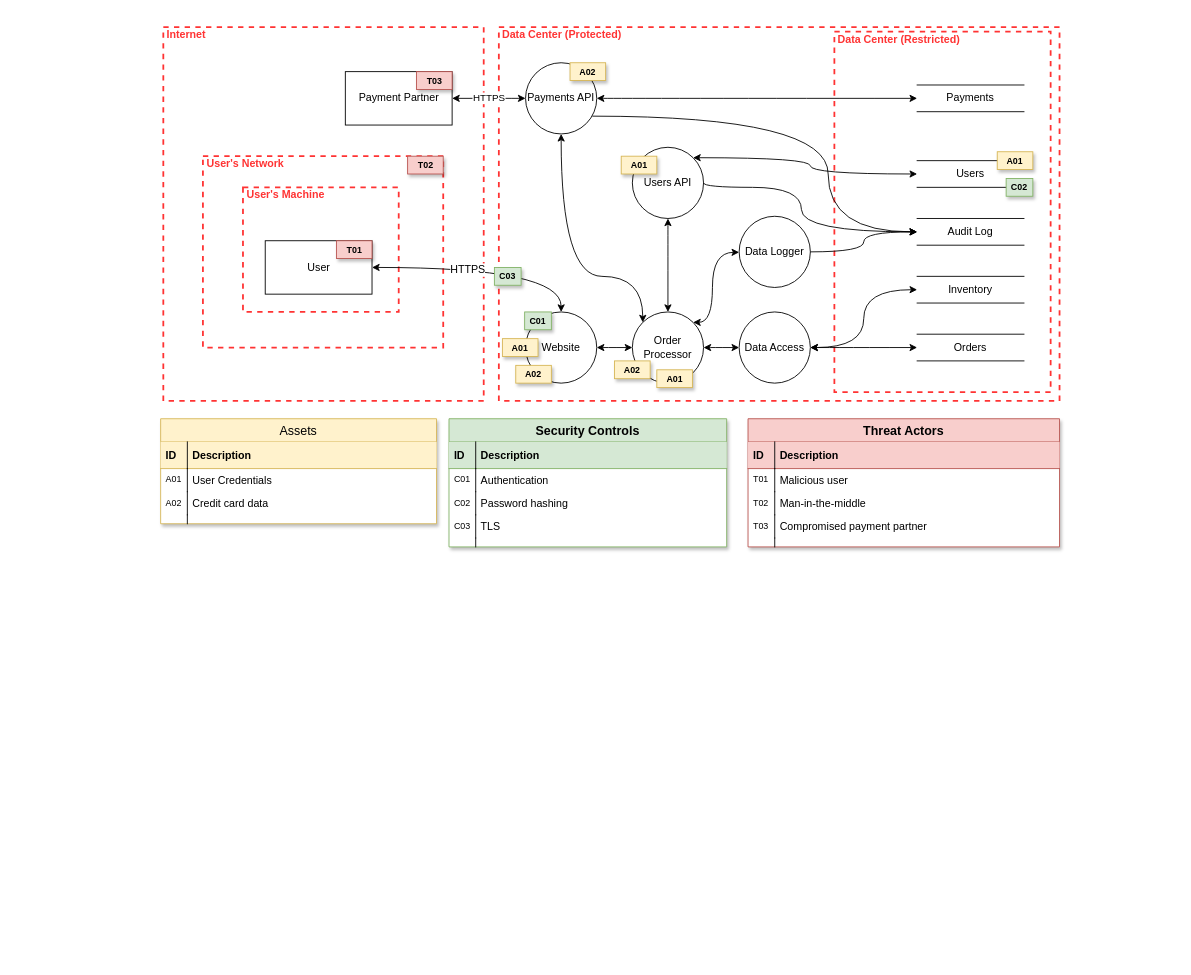
00Himanshu/System-Security-and-Risk-Analysis keeps this draw.io diagram as page "DFD" (2 of 4) of duk_website.drawio. Above is the earlier version. Source tidied: cells renumbered, new cells numbered last; positions are measured from the earlier drawing's top-left corner, leaving out a move shared by most shapes. Both pictures are drawn from the tidied source at 89%, with x=0, y=0 at pixel (160, 27).
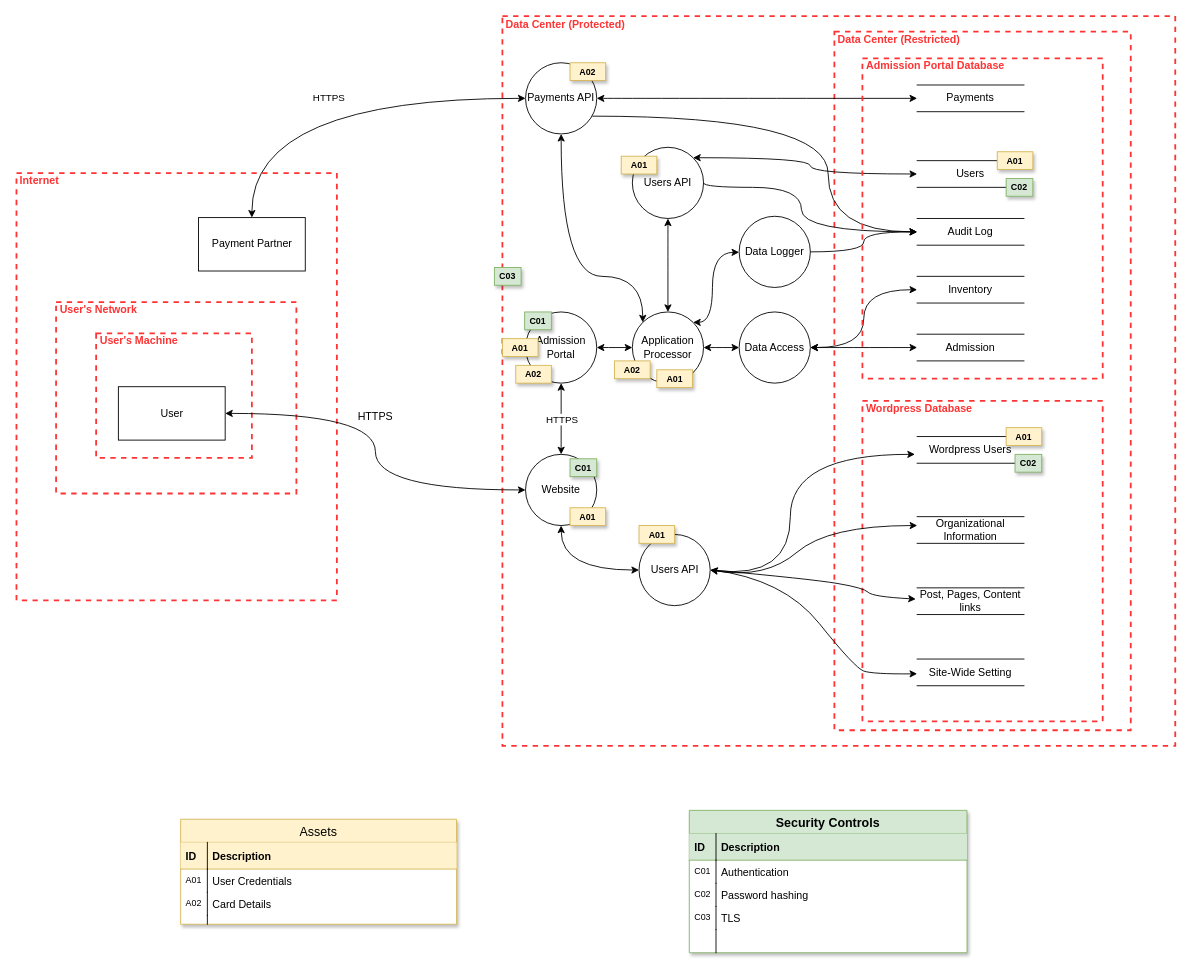
Above is the later version.

Diff of the diagram source:
```diff
@@
+    <mxCell id="6" value="Data Center (Protected)" style="html=1;fontColor=#FF3333;fontStyle=1;align=left;verticalAlign=top;spacing=0;labelBorderColor=none;fillColor=none;dashed=1;strokeWidth=2;strokeColor=#FF3333;spacingLeft=4;spacingTop=-3;" parent="1" vertex="1">
+      <mxGeometry x="384" y="-12.5" width="756" height="820" as="geometry" />
+    </mxCell>
     <mxCell id="2" value="User's Machine" style="html=1;fontColor=#FF3333;fontStyle=1;align=left;verticalAlign=top;spacing=0;labelBorderColor=none;fillColor=none;dashed=1;strokeWidth=2;strokeColor=#FF3333;spacingLeft=4;spacingTop=-3;" parent="1" vertex="1">
-      <mxGeometry x="92.5" y="180" width="175" height="140" as="geometry" />
+      <mxGeometry x="-72.5" y="344" width="175" height="140" as="geometry" />
     </mxCell>
     <mxCell id="3" value="User's Network" style="html=1;fontColor=#FF3333;fontStyle=1;align=left;verticalAlign=top;spacing=0;labelBorderColor=none;fillColor=none;dashed=1;strokeWidth=2;strokeColor=#FF3333;spacingLeft=4;spacingTop=-3;" parent="1" vertex="1">
-      <mxGeometry x="47.5" y="145" width="270" height="215" as="geometry" />
+      <mxGeometry x="-117.5" y="309" width="270" height="215" as="geometry" />
     </mxCell>
     <mxCell id="4" value="Internet" style="html=1;fontColor=#FF3333;fontStyle=1;align=left;verticalAlign=top;spacing=0;labelBorderColor=none;fillColor=none;dashed=1;strokeWidth=2;strokeColor=#FF3333;spacingLeft=4;spacingTop=-3;" parent="1" vertex="1">
-      <mxGeometry x="3" width="360" height="420" as="geometry" />
+      <mxGeometry x="-162" y="164" width="360" height="480" as="geometry" />
     </mxCell>
     <mxCell id="5" value="User" style="rounded=0;whiteSpace=wrap;html=1;" parent="1" vertex="1">
-      <mxGeometry x="117.5" y="240" width="120" height="60" as="geometry" />
+      <mxGeometry x="-47.5" y="404" width="120" height="60" as="geometry" />
     </mxCell>
-    <mxCell id="6" value="Data Center (Protected)" style="html=1;fontColor=#FF3333;fontStyle=1;align=left;verticalAlign=top;spacing=0;labelBorderColor=none;fillColor=none;dashed=1;strokeWidth=2;strokeColor=#FF3333;spacingLeft=4;spacingTop=-3;" parent="1" vertex="1">
-      <mxGeometry x="380" width="630" height="420" as="geometry" />
-    </mxCell>
-    <mxCell id="7" value="Website" style="ellipse;whiteSpace=wrap;html=1;" parent="1" vertex="1">
+    <mxCell id="7" value="Admission Portal" style="ellipse;whiteSpace=wrap;html=1;" parent="1" vertex="1">
       <mxGeometry x="410" y="320" width="80" height="80" as="geometry" />
     </mxCell>
-    <mxCell id="8" value="Order Processor" style="ellipse;whiteSpace=wrap;html=1;" parent="1" vertex="1">
+    <mxCell id="8" value="Application&lt;br&gt;Processor" style="ellipse;whiteSpace=wrap;html=1;" parent="1" vertex="1">
       <mxGeometry x="530" y="320" width="80" height="80" as="geometry" />
     </mxCell>
@@
     <mxCell id="11" value="Data Center (Restricted)" style="html=1;fontColor=#FF3333;fontStyle=1;align=left;verticalAlign=top;spacing=0;labelBorderColor=none;fillColor=none;dashed=1;strokeWidth=2;strokeColor=#FF3333;spacingLeft=4;spacingTop=-3;" parent="1" vertex="1">
-      <mxGeometry x="757" y="5" width="243" height="405" as="geometry" />
+      <mxGeometry x="757" y="5" width="333" height="785" as="geometry" />
     </mxCell>
-    <mxCell id="12" value="Orders" style="shape=partialRectangle;whiteSpace=wrap;html=1;left=0;right=0;fillColor=none;" parent="1" vertex="1">
+    <mxCell id="12" value="Admission" style="shape=partialRectangle;whiteSpace=wrap;html=1;left=0;right=0;fillColor=none;" parent="1" vertex="1">
       <mxGeometry x="850" y="345" width="120" height="30" as="geometry" />
     </mxCell>
@@
     <mxCell id="16" value="Payment Partner" style="rounded=0;whiteSpace=wrap;html=1;" parent="1" vertex="1">
-      <mxGeometry x="207.5" y="50" width="120" height="60" as="geometry" />
+      <mxGeometry x="42.5" y="214" width="120" height="60" as="geometry" />
     </mxCell>
@@
-    <mxCell id="18" style="endArrow=classic;startArrow=classic;html=1;fontColor=#FF3333;edgeStyle=orthogonalEdgeStyle;elbow=vertical;curved=1;" parent="1" edge="1" source="5" target="7">
+    <mxCell id="18" style="endArrow=classic;startArrow=classic;html=1;fontColor=#FF3333;edgeStyle=orthogonalEdgeStyle;elbow=vertical;curved=1;entryX=0;entryY=0.5;entryDx=0;entryDy=0;" parent="1" edge="1" source="5" target="79">
       <mxGeometry relative="1" as="geometry" />
     </mxCell>
@@
     <mxCell id="35" value="Assets" style="swimlane;fontStyle=0;horizontal=1;startSize=26;fillColor=#fff2cc;swimlaneFillColor=#ffffff;align=center;fontSize=14;shadow=1;strokeColor=#d6b656;" parent="1" vertex="1">
-      <mxGeometry y="440" width="310" height="118" as="geometry" />
+      <mxGeometry x="22.5" y="890" width="310" height="118" as="geometry" />
     </mxCell>
@@
-    <mxCell id="40" value="Credit card data" style="shape=partialRectangle;top=0;left=0;right=0;bottom=0;align=left;verticalAlign=top;fillColor=none;spacingLeft=34;spacingRight=4;overflow=hidden;fontSize=12;" parent="35" vertex="1">
+    <mxCell id="40" value="Card Details" style="shape=partialRectangle;top=0;left=0;right=0;bottom=0;align=left;verticalAlign=top;fillColor=none;spacingLeft=34;spacingRight=4;overflow=hidden;fontSize=12;" parent="35" vertex="1">
       <mxGeometry y="82" width="310" height="26" as="geometry" />
     </mxCell>
@@
     <mxCell id="44" value="Security Controls" style="swimlane;fontStyle=1;horizontal=1;startSize=26;fillColor=#d5e8d4;swimlaneFillColor=#ffffff;align=center;fontSize=14;shadow=1;strokeColor=#82b366;" parent="1" vertex="1">
-      <mxGeometry x="324" y="440" width="312" height="144" as="geometry" />
+      <mxGeometry x="594" y="880" width="312" height="160" as="geometry" />
     </mxCell>
@@
     <mxCell id="53" style="shape=partialRectangle;top=0;left=0;right=0;bottom=0;align=left;verticalAlign=top;fillColor=none;spacingLeft=34;spacingRight=4;overflow=hidden;fontSize=12;" parent="44" vertex="1">
-      <mxGeometry y="134" width="312" height="10" as="geometry" />
+      <mxGeometry y="134" width="312" height="26" as="geometry" />
     </mxCell>
     <mxCell id="54" style="shape=partialRectangle;top=0;left=0;bottom=0;fillColor=none;align=left;verticalAlign=top;spacingLeft=4;spacingRight=4;overflow=hidden;fontSize=12;" parent="53" vertex="1">
-      <mxGeometry width="30" height="10" as="geometry" />
+      <mxGeometry width="30" height="26" as="geometry" />
     </mxCell>
-    <mxCell id="55" value="Threat Actors" style="swimlane;fontStyle=1;horizontal=1;startSize=26;fillColor=#f8cecc;swimlaneFillColor=#ffffff;align=center;fontSize=14;shadow=1;strokeColor=#b85450;" parent="1" vertex="1">
-      <mxGeometry x="660" y="440" width="350" height="144" as="geometry" />
-    </mxCell>
-    <mxCell id="56" value="Description" style="shape=partialRectangle;top=0;left=0;right=0;bottom=1;align=left;verticalAlign=middle;fillColor=#f8cecc;spacingLeft=34;spacingRight=4;overflow=hidden;fontStyle=1;fontSize=12;strokeColor=#b85450;" parent="55" vertex="1">
-      <mxGeometry y="26" width="350" height="30" as="geometry" />
-    </mxCell>
-    <mxCell id="57" value="ID" style="shape=partialRectangle;top=0;left=0;bottom=0;fillColor=none;align=left;verticalAlign=middle;spacingLeft=4;spacingRight=4;overflow=hidden;fontSize=12;fontStyle=1;" parent="56" vertex="1">
-      <mxGeometry width="30" height="30" as="geometry" />
-    </mxCell>
-    <mxCell id="58" value="Malicious user" style="shape=partialRectangle;top=0;left=0;right=0;bottom=0;align=left;verticalAlign=top;fillColor=none;spacingLeft=34;spacingRight=4;overflow=hidden;fontSize=12;" parent="55" vertex="1">
-      <mxGeometry y="56" width="350" height="26" as="geometry" />
-    </mxCell>
-    <mxCell id="59" value="T01" style="shape=partialRectangle;top=0;left=0;bottom=0;fillColor=none;align=left;verticalAlign=top;spacingLeft=4;spacingRight=4;overflow=hidden;fontSize=10;" parent="58" vertex="1">
-      <mxGeometry width="30" height="26" as="geometry" />
-    </mxCell>
-    <mxCell id="60" value="Man-in-the-middle" style="shape=partialRectangle;top=0;left=0;right=0;bottom=0;align=left;verticalAlign=top;fillColor=none;spacingLeft=34;spacingRight=4;overflow=hidden;fontSize=12;" parent="55" vertex="1">
-      <mxGeometry y="82" width="350" height="26" as="geometry" />
-    </mxCell>
-    <mxCell id="61" value="T02" style="shape=partialRectangle;top=0;left=0;bottom=0;fillColor=none;align=left;verticalAlign=top;spacingLeft=4;spacingRight=4;overflow=hidden;fontSize=10;" parent="60" vertex="1">
-      <mxGeometry width="30" height="26" as="geometry" />
-    </mxCell>
-    <mxCell id="62" value="Compromised payment partner" style="shape=partialRectangle;top=0;left=0;right=0;bottom=0;align=left;verticalAlign=top;fillColor=none;spacingLeft=34;spacingRight=4;overflow=hidden;fontSize=12;" parent="55" vertex="1">
-      <mxGeometry y="108" width="350" height="26" as="geometry" />
-    </mxCell>
-    <mxCell id="63" value="T03" style="shape=partialRectangle;top=0;left=0;bottom=0;fillColor=none;align=left;verticalAlign=top;spacingLeft=4;spacingRight=4;overflow=hidden;fontSize=10;" parent="62" vertex="1">
-      <mxGeometry width="30" height="26" as="geometry" />
-    </mxCell>
-    <mxCell id="64" style="shape=partialRectangle;top=0;left=0;right=0;bottom=0;align=left;verticalAlign=top;fillColor=none;spacingLeft=34;spacingRight=4;overflow=hidden;fontSize=12;" parent="55" vertex="1">
-      <mxGeometry y="134" width="350" height="10" as="geometry" />
-    </mxCell>
-    <mxCell id="65" style="shape=partialRectangle;top=0;left=0;bottom=0;fillColor=none;align=left;verticalAlign=top;spacingLeft=4;spacingRight=4;overflow=hidden;fontSize=12;" parent="64" vertex="1">
-      <mxGeometry width="30" height="10" as="geometry" />
-    </mxCell>
-    <mxCell id="66" value="&lt;b&gt;T03&lt;/b&gt;" style="text;html=1;strokeColor=#b85450;fillColor=#f8cecc;align=center;verticalAlign=middle;whiteSpace=wrap;overflow=hidden;shadow=1;fontSize=10;" parent="1" vertex="1">
-      <mxGeometry x="287.5" y="50" width="40" height="20" as="geometry" />
-    </mxCell>
-    <mxCell id="67" value="&lt;b&gt;T02&lt;/b&gt;" style="text;html=1;strokeColor=#b85450;fillColor=#f8cecc;align=center;verticalAlign=middle;whiteSpace=wrap;overflow=hidden;shadow=1;fontSize=10;" parent="1" vertex="1">
-      <mxGeometry x="277.5" y="145" width="40" height="20" as="geometry" />
-    </mxCell>
-    <mxCell id="68" value="&lt;b&gt;T01&lt;/b&gt;" style="text;html=1;strokeColor=#b85450;fillColor=#f8cecc;align=center;verticalAlign=middle;whiteSpace=wrap;overflow=hidden;shadow=1;fontSize=10;" parent="1" vertex="1">
-      <mxGeometry x="197.5" y="240" width="40" height="20" as="geometry" />
-    </mxCell>
@@
+    <mxCell id="79" value="Website" style="ellipse;whiteSpace=wrap;html=1;" parent="1" vertex="1">
+      <mxGeometry x="410" y="480" width="80" height="80" as="geometry" />
+    </mxCell>
+    <mxCell id="80" style="endArrow=classic;startArrow=classic;html=1;rounded=0;entryX=0.5;entryY=1;entryDx=0;entryDy=0;" parent="1" edge="1" source="79" target="7">
+      <mxGeometry relative="1" as="geometry" />
+    </mxCell>
+    <mxCell id="81" value="HTTPS" style="edgeLabel;html=1;align=center;verticalAlign=middle;" parent="80" vertex="1">
+      <mxGeometry x="0.25" y="-1" relative="1" as="geometry">
+        <mxPoint x="-1" y="10" as="offset" />
+      </mxGeometry>
+    </mxCell>
+    <mxCell id="82" value="Wordpress Users" style="shape=partialRectangle;whiteSpace=wrap;html=1;left=0;right=0;fillColor=none;" parent="1" vertex="1">
+      <mxGeometry x="850" y="460" width="120" height="30" as="geometry" />
+    </mxCell>
+    <mxCell id="83" value="Organizational Information" style="shape=partialRectangle;whiteSpace=wrap;html=1;left=0;right=0;fillColor=none;" parent="1" vertex="1">
+      <mxGeometry x="850" y="550" width="120" height="30" as="geometry" />
+    </mxCell>
+    <mxCell id="84" value="Post, Pages, Content links" style="shape=partialRectangle;whiteSpace=wrap;html=1;left=0;right=0;fillColor=none;" parent="1" vertex="1">
+      <mxGeometry x="850" y="630" width="120" height="30" as="geometry" />
+    </mxCell>
+    <mxCell id="85" value="Site-Wide Setting" style="shape=partialRectangle;whiteSpace=wrap;html=1;left=0;right=0;fillColor=none;" parent="1" vertex="1">
+      <mxGeometry x="850" y="710" width="120" height="30" as="geometry" />
+    </mxCell>
+    <mxCell id="86" value="Admission Portal Database" style="html=1;fontColor=#FF3333;fontStyle=1;align=left;verticalAlign=top;spacing=0;labelBorderColor=none;fillColor=none;dashed=1;strokeWidth=2;strokeColor=#FF3333;spacingLeft=4;spacingTop=-3;" parent="1" vertex="1">
+      <mxGeometry x="788.5" y="35" width="270" height="360" as="geometry" />
+    </mxCell>
+    <mxCell id="87" value="Wordpress Database" style="html=1;fontColor=#FF3333;fontStyle=1;align=left;verticalAlign=top;spacing=0;labelBorderColor=none;fillColor=none;dashed=1;strokeWidth=2;strokeColor=#FF3333;spacingLeft=4;spacingTop=-3;" parent="1" vertex="1">
+      <mxGeometry x="788.5" y="420" width="270" height="360" as="geometry" />
+    </mxCell>
+    <mxCell id="88" value="&lt;b&gt;A01&lt;/b&gt;" style="text;html=1;strokeColor=#d6b656;fillColor=#fff2cc;align=center;verticalAlign=middle;whiteSpace=wrap;overflow=hidden;shadow=1;fontSize=10;" parent="1" vertex="1">
+      <mxGeometry x="950" y="450" width="40" height="20" as="geometry" />
+    </mxCell>
+    <mxCell id="89" value="&lt;b&gt;C02&lt;/b&gt;" style="text;html=1;strokeColor=#82b366;fillColor=#d5e8d4;align=center;verticalAlign=middle;whiteSpace=wrap;overflow=hidden;shadow=1;fontSize=10;" parent="1" vertex="1">
+      <mxGeometry x="960" y="480" width="30" height="20" as="geometry" />
+    </mxCell>
+    <mxCell id="90" value="Users API" style="ellipse;whiteSpace=wrap;html=1;" parent="1" vertex="1">
+      <mxGeometry x="537.5" y="570" width="80" height="80" as="geometry" />
+    </mxCell>
+    <mxCell id="91" style="endArrow=classic;startArrow=classic;html=1;rounded=0;edgeStyle=orthogonalEdgeStyle;curved=1;exitX=0;exitY=0.5;exitDx=0;exitDy=0;" parent="1" edge="1" source="90" target="79">
+      <mxGeometry relative="1" as="geometry" />
+    </mxCell>
+    <mxCell id="92" style="endArrow=classic;startArrow=classic;html=1;rounded=0;curved=1;" parent="1" edge="1">
+      <mxGeometry relative="1" as="geometry">
+        <mxPoint x="617.5" y="610" as="sourcePoint" />
+        <mxPoint x="847.5" y="480" as="targetPoint" />
+        <Array as="points">
+          <mxPoint x="707.5" y="620" />
+          <mxPoint x="707.5" y="480" />
+        </Array>
+      </mxGeometry>
+    </mxCell>
+    <mxCell id="93" style="endArrow=classic;startArrow=classic;html=1;rounded=0;curved=1;entryX=0.228;entryY=0.389;entryDx=0;entryDy=0;entryPerimeter=0;" parent="1" edge="1">
+      <mxGeometry relative="1" as="geometry">
+        <mxPoint x="617.5" y="610" as="sourcePoint" />
+        <mxPoint x="850.1" y="560" as="targetPoint" />
+        <Array as="points">
+          <mxPoint x="680" y="620" />
+          <mxPoint x="750" y="560" />
+        </Array>
+      </mxGeometry>
+    </mxCell>
+    <mxCell id="94" style="curved=1;endArrow=classic;html=1;rounded=0;" parent="1" edge="1">
+      <mxGeometry relative="1" as="geometry">
+        <mxPoint x="620" y="610" as="sourcePoint" />
+        <mxPoint x="848.5" y="642.6" as="targetPoint" />
+        <Array as="points">
+          <mxPoint x="730" y="620" />
+          <mxPoint x="790" y="630" />
+          <mxPoint x="800" y="640" />
+        </Array>
+      </mxGeometry>
+    </mxCell>
+    <mxCell id="95" style="curved=1;endArrow=classic;html=1;rounded=0;" parent="1" edge="1">
+      <mxGeometry relative="1" as="geometry">
+        <mxPoint x="620" y="610" as="sourcePoint" />
+        <mxPoint x="850" y="726.6" as="targetPoint" />
+        <Array as="points">
+          <mxPoint x="700" y="620" />
+          <mxPoint x="780" y="720" />
+          <mxPoint x="800" y="727" />
+        </Array>
+      </mxGeometry>
+    </mxCell>
+    <mxCell id="96" value="&lt;b&gt;A01&lt;/b&gt;" style="text;html=1;strokeColor=#d6b656;fillColor=#fff2cc;align=center;verticalAlign=middle;whiteSpace=wrap;overflow=hidden;shadow=1;fontSize=10;" parent="1" vertex="1">
+      <mxGeometry x="537.5" y="560" width="40" height="20" as="geometry" />
+    </mxCell>
+    <mxCell id="97" value="&lt;b&gt;C01&lt;/b&gt;" style="text;html=1;strokeColor=#82b366;fillColor=#d5e8d4;align=center;verticalAlign=middle;whiteSpace=wrap;overflow=hidden;shadow=1;fontSize=10;" parent="1" vertex="1">
+      <mxGeometry x="460" y="485" width="30" height="20" as="geometry" />
+    </mxCell>
+    <mxCell id="98" value="&lt;b&gt;A01&lt;/b&gt;" style="text;html=1;strokeColor=#d6b656;fillColor=#fff2cc;align=center;verticalAlign=middle;whiteSpace=wrap;overflow=hidden;shadow=1;fontSize=10;" parent="1" vertex="1">
+      <mxGeometry x="460" y="540" width="40" height="20" as="geometry" />
+    </mxCell>
```
